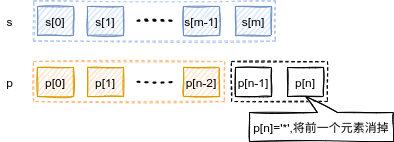
Earlier version of the draw.io export demo Diagram.drawio.png (thetacoding/hello-git). Source tidied: cells renumbered, new cells last; positions are measured from the earlier drawing's top-left corner, leaving out a move shared by most shapes.
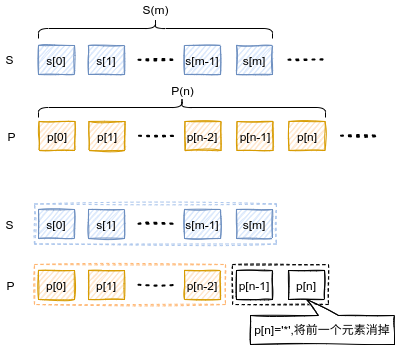
The same diagram one commit later.

The edit, as a diff of the source:
```diff
@@ -29,11 +29,11 @@
     <mxCell id="9" value="p[1]" style="rounded=0;whiteSpace=wrap;html=1;sketch=1;fillColor=#ffe6cc;strokeColor=#d79b00;" parent="1" vertex="1">
       <mxGeometry x="87" y="66" width="36" height="29" as="geometry" />
     </mxCell>
-    <mxCell id="10" value="s" style="text;html=1;align=center;verticalAlign=middle;strokeColor=none;fillColor=none;" parent="1" vertex="1">
-      <mxGeometry x="0.5" y="10.5" width="16" height="18" as="geometry" />
+    <mxCell id="10" value="S" style="text;html=1;align=center;verticalAlign=middle;strokeColor=none;fillColor=none;" parent="1" vertex="1">
+      <mxGeometry x="-0.5" y="10.5" width="18" height="18" as="geometry" />
     </mxCell>
-    <mxCell id="11" value="p" style="text;html=1;align=center;verticalAlign=middle;strokeColor=none;fillColor=none;" parent="1" vertex="1">
-      <mxGeometry y="71.5" width="17" height="18" as="geometry" />
+    <mxCell id="11" value="P" style="text;html=1;align=center;verticalAlign=middle;strokeColor=none;fillColor=none;" parent="1" vertex="1">
+      <mxGeometry y="71.5" width="18" height="18" as="geometry" />
     </mxCell>
     <mxCell id="12" style="endArrow=none;dashed=1;html=1;dashPattern=1 3;strokeWidth=2;rounded=0;sketch=1;" parent="1" edge="1">
       <mxGeometry relative="1" as="geometry">
@@ -59,5 +59,74 @@
     <mxCell id="18" value="p[n]" style="rounded=0;whiteSpace=wrap;html=1;sketch=1;" parent="1" vertex="1">
       <mxGeometry x="287" y="66" width="36" height="29" as="geometry" />
     </mxCell>
+    <mxCell id="19" value="s[0]" style="rounded=0;whiteSpace=wrap;html=1;sketch=1;fillColor=#dae8fc;strokeColor=#6c8ebf;" parent="1" vertex="1">
+      <mxGeometry x="37" y="-159" width="36" height="29" as="geometry" />
+    </mxCell>
+    <mxCell id="20" value="p[0]" style="rounded=0;whiteSpace=wrap;html=1;sketch=1;fillColor=#ffe6cc;strokeColor=#d79b00;" parent="1" vertex="1">
+      <mxGeometry x="37.5" y="-83" width="36" height="29" as="geometry" />
+    </mxCell>
+    <mxCell id="21" style="endArrow=none;dashed=1;html=1;dashPattern=1 3;strokeWidth=2;rounded=0;sketch=1;" parent="1" edge="1">
+      <mxGeometry relative="1" as="geometry">
+        <mxPoint x="137" y="-144.7" as="sourcePoint" />
+        <mxPoint x="175" y="-144.7" as="targetPoint" />
+      </mxGeometry>
+    </mxCell>
+    <mxCell id="22" value="s[1]" style="rounded=0;whiteSpace=wrap;html=1;sketch=1;fillColor=#dae8fc;strokeColor=#6c8ebf;" parent="1" vertex="1">
+      <mxGeometry x="87" y="-159" width="36" height="29" as="geometry" />
+    </mxCell>
+    <mxCell id="23" value="p[1]" style="rounded=0;whiteSpace=wrap;html=1;sketch=1;fillColor=#ffe6cc;strokeColor=#d79b00;" parent="1" vertex="1">
+      <mxGeometry x="87.5" y="-83" width="36" height="29" as="geometry" />
+    </mxCell>
+    <mxCell id="24" value="S" style="text;html=1;align=center;verticalAlign=middle;strokeColor=none;fillColor=none;" parent="1" vertex="1">
+      <mxGeometry x="-0.5" y="-153.5" width="18" height="18" as="geometry" />
+    </mxCell>
+    <mxCell id="25" value="P" style="text;html=1;align=center;verticalAlign=middle;strokeColor=none;fillColor=none;" parent="1" vertex="1">
+      <mxGeometry x="0.5" y="-77.5" width="18" height="18" as="geometry" />
+    </mxCell>
+    <mxCell id="26" style="endArrow=none;dashed=1;html=1;dashPattern=1 3;strokeWidth=2;rounded=0;sketch=1;" parent="1" edge="1">
+      <mxGeometry relative="1" as="geometry">
+        <mxPoint x="137.5" y="-68.7" as="sourcePoint" />
+        <mxPoint x="175.5" y="-68.7" as="targetPoint" />
+      </mxGeometry>
+    </mxCell>
+    <mxCell id="27" value="s[m-1]" style="rounded=0;whiteSpace=wrap;html=1;sketch=1;fillColor=#dae8fc;strokeColor=#6c8ebf;" parent="1" vertex="1">
+      <mxGeometry x="183" y="-159" width="36" height="29" as="geometry" />
+    </mxCell>
+    <mxCell id="28" value="p[n-2]" style="rounded=0;whiteSpace=wrap;html=1;sketch=1;fillColor=#ffe6cc;strokeColor=#d79b00;" parent="1" vertex="1">
+      <mxGeometry x="183.5" y="-83" width="36" height="29" as="geometry" />
+    </mxCell>
+    <mxCell id="29" value="s[m]" style="rounded=0;whiteSpace=wrap;html=1;sketch=1;fillColor=#dae8fc;strokeColor=#6c8ebf;" parent="1" vertex="1">
+      <mxGeometry x="235" y="-159" width="36" height="29" as="geometry" />
+    </mxCell>
+    <mxCell id="30" value="p[n-1]" style="rounded=0;whiteSpace=wrap;html=1;sketch=1;fillColor=#ffe6cc;strokeColor=#d79b00;" parent="1" vertex="1">
+      <mxGeometry x="235.5" y="-83" width="36" height="29" as="geometry" />
+    </mxCell>
+    <mxCell id="31" value="p[n]" style="rounded=0;whiteSpace=wrap;html=1;sketch=1;fillColor=#ffe6cc;strokeColor=#d79b00;" parent="1" vertex="1">
+      <mxGeometry x="287.5" y="-83" width="36" height="29" as="geometry" />
+    </mxCell>
+    <mxCell id="32" style="endArrow=none;dashed=1;html=1;dashPattern=1 3;strokeWidth=2;rounded=0;sketch=1;" parent="1" edge="1">
+      <mxGeometry relative="1" as="geometry">
+        <mxPoint x="287" y="-144.8" as="sourcePoint" />
+        <mxPoint x="325" y="-144.8" as="targetPoint" />
+      </mxGeometry>
+    </mxCell>
+    <mxCell id="33" style="endArrow=none;dashed=1;html=1;dashPattern=1 3;strokeWidth=2;rounded=0;sketch=1;" parent="1" edge="1">
+      <mxGeometry relative="1" as="geometry">
+        <mxPoint x="339.5" y="-68.8" as="sourcePoint" />
+        <mxPoint x="377.5" y="-68.8" as="targetPoint" />
+      </mxGeometry>
+    </mxCell>
+    <mxCell id="34" style="shape=curlyBracket;whiteSpace=wrap;html=1;rounded=1;flipH=1;rotation=-90;" parent="1" vertex="1">
+      <mxGeometry x="144" y="-293" width="20" height="234" as="geometry" />
+    </mxCell>
+    <mxCell id="35" value="S(m)" style="text;html=1;align=center;verticalAlign=middle;strokeColor=none;fillColor=none;" parent="1" vertex="1">
+      <mxGeometry x="136" y="-204" width="36" height="18" as="geometry" />
+    </mxCell>
+    <mxCell id="36" style="shape=curlyBracket;whiteSpace=wrap;html=1;rounded=1;flipH=1;rotation=-90;" parent="1" vertex="1">
+      <mxGeometry x="170.5" y="-240.5" width="20" height="287" as="geometry" />
+    </mxCell>
+    <mxCell id="37" value="P(n)" style="text;html=1;align=center;verticalAlign=middle;strokeColor=none;fillColor=none;" parent="1" vertex="1">
+      <mxGeometry x="164" y="-123" width="33" height="18" as="geometry" />
+    </mxCell>
   </root>
 </mxGraphModel>
```
